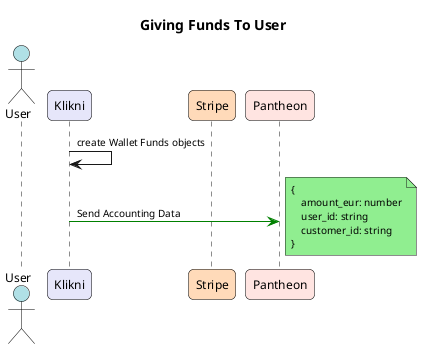
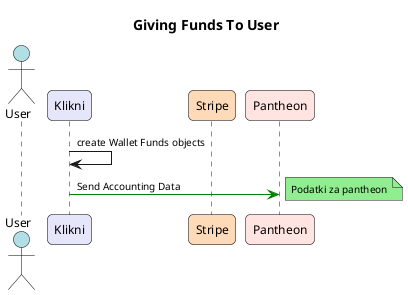
@startuml GivingFundsToUser
title Giving Funds To User

' === Compact Sequence Styling ===
skinparam defaultFontSize 10
skinparam sequence {
    MessageSpacing 15
    ParticipantSpacing 50
}

' === Actor / Participant Styling ===
skinparam actor {
    FontName Arial
    FontSize 12
    BorderColor Black
    BackgroundColor #ADD8E6
    RoundCorner 10
    MinWidth 120
    MinHeight 120
}

skinparam participant {
    FontName Arial
    FontSize 12
    BorderColor Black
    RoundCorner 10
    MinWidth 140
    MinHeight 100
}

' === Participant Colors ===
' Use stereotypes for coloring specific entities
actor User as user #B0E0E6
participant Klikni as klikni #E6E6FA
participant Stripe as stripe #FFDAB9
participant Pantheon as pantheon #FFE4E1

' === Sequence ===
klikni -> klikni: create Wallet Funds objects
klikni -[#green]> pantheon: Send Accounting Data
note right #LightGreen
- {
-     amount_eur: number
-     user_id: string
-     customer_id: string
- }
+ Podatki za pantheon
end note

@enduml
